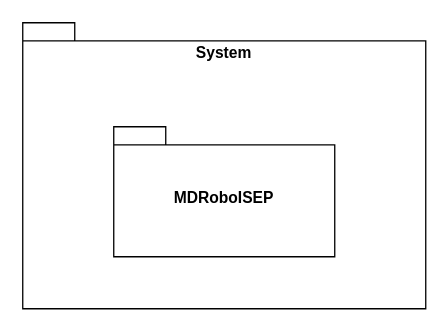
Above: docs/N2/VI.drawio in SEM5PI2324G58/sem5pi_g58_23_24 (draw.io), before the change. Source tidied: cells renumbered, new cells numbered last; positions are measured from the earlier drawing's top-left corner, leaving out a move shared by most shapes. Both pictures are drawn from the tidied source at 130%, with x=0, y=0 at pixel (22, 22).
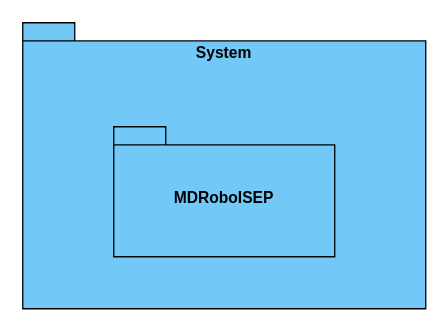
Above is the later version.

Change to the diagram source:
```diff
@@
 <mxGraphModel>
   <root>
     <mxCell id="0" />
     <mxCell id="1" parent="0" />
-    <mxCell id="2" value="System" style="shape=folder;fontStyle=1;spacingTop=10;tabWidth=40;tabHeight=14;tabPosition=left;html=1;whiteSpace=wrap;horizontal=1;verticalAlign=top;" parent="1" vertex="1">
+    <mxCell id="2" value="System" style="shape=folder;fontStyle=1;spacingTop=10;tabWidth=40;tabHeight=14;tabPosition=left;html=1;whiteSpace=wrap;horizontal=1;verticalAlign=top;fillColor=#72c9f7;" parent="1" vertex="1">
       <mxGeometry width="310" height="220" as="geometry" />
     </mxCell>
-    <mxCell id="3" value="MDRoboISEP" style="shape=folder;fontStyle=1;spacingTop=10;tabWidth=40;tabHeight=14;tabPosition=left;html=1;whiteSpace=wrap;" parent="1" vertex="1">
+    <mxCell id="3" value="MDRoboISEP" style="shape=folder;fontStyle=1;spacingTop=10;tabWidth=40;tabHeight=14;tabPosition=left;html=1;whiteSpace=wrap;fillColor=#72c9f7;" parent="1" vertex="1">
       <mxGeometry x="70" y="80" width="170" height="100" as="geometry" />
     </mxCell>
   </root>
 </mxGraphModel>
```
